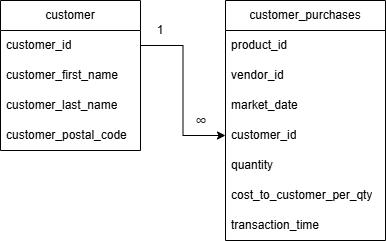
Before: 02_activities/assignments/logical-data-model-assignment-1.png, a diagram exported from draw.io (shyeolekar5/sql). Source tidied: cells renumbered, new cells last; positions are measured from the earlier drawing's top-left corner, leaving out a move shared by most shapes. Its diagram source:
```xml
<mxGraphModel>
  <root>
    <mxCell id="0" />
    <mxCell id="1" parent="0" />
    <mxCell id="2" value="customer" style="swimlane;fontStyle=0;horizontal=1;startSize=30;whiteSpace=wrap;html=1;" parent="1" vertex="1">
      <mxGeometry width="140" height="150" as="geometry" />
    </mxCell>
    <mxCell id="3" value="customer_id" style="text;strokeColor=none;fillColor=none;align=left;verticalAlign=middle;spacingLeft=4;spacingRight=4;overflow=hidden;points=[[0,0.5],[1,0.5]];portConstraint=eastwest;whiteSpace=wrap;html=1;" parent="2" vertex="1">
      <mxGeometry y="30" width="140" height="30" as="geometry" />
    </mxCell>
    <mxCell id="4" value="customer_first_name" style="text;strokeColor=none;fillColor=none;align=left;verticalAlign=middle;spacingLeft=4;spacingRight=4;overflow=hidden;whiteSpace=wrap;html=1;" parent="2" vertex="1">
      <mxGeometry y="60" width="140" height="30" as="geometry" />
    </mxCell>
    <mxCell id="5" value="customer_last_name" style="text;strokeColor=none;fillColor=none;align=left;verticalAlign=middle;spacingLeft=4;spacingRight=4;overflow=hidden;whiteSpace=wrap;html=1;" parent="2" vertex="1">
      <mxGeometry y="90" width="140" height="30" as="geometry" />
    </mxCell>
    <mxCell id="6" value="customer_postal_code" style="text;strokeColor=none;fillColor=none;align=left;verticalAlign=middle;spacingLeft=4;spacingRight=4;overflow=hidden;whiteSpace=wrap;html=1;" parent="2" vertex="1">
      <mxGeometry y="120" width="140" height="30" as="geometry" />
    </mxCell>
    <mxCell id="7" value="customer_purchases" style="swimlane;fontStyle=0;horizontal=1;startSize=30;whiteSpace=wrap;html=1;" parent="1" vertex="1">
      <mxGeometry x="225" width="160" height="240" as="geometry" />
    </mxCell>
    <mxCell id="8" value="product_id" style="text;strokeColor=none;fillColor=none;align=left;verticalAlign=middle;spacingLeft=4;spacingRight=4;overflow=hidden;whiteSpace=wrap;html=1;" parent="7" vertex="1">
      <mxGeometry y="30" width="160" height="30" as="geometry" />
    </mxCell>
    <mxCell id="9" value="vendor_id" style="text;strokeColor=none;fillColor=none;align=left;verticalAlign=middle;spacingLeft=4;spacingRight=4;overflow=hidden;whiteSpace=wrap;html=1;" parent="7" vertex="1">
      <mxGeometry y="60" width="160" height="30" as="geometry" />
    </mxCell>
    <mxCell id="10" value="market_date" style="text;strokeColor=none;fillColor=none;align=left;verticalAlign=middle;spacingLeft=4;spacingRight=4;overflow=hidden;whiteSpace=wrap;html=1;" parent="7" vertex="1">
      <mxGeometry y="90" width="160" height="30" as="geometry" />
    </mxCell>
    <mxCell id="11" value="customer_id" style="text;strokeColor=none;fillColor=none;align=left;verticalAlign=middle;spacingLeft=4;spacingRight=4;overflow=hidden;points=[[0,0.5],[1,0.5]];portConstraint=eastwest;whiteSpace=wrap;html=1;" parent="7" vertex="1">
      <mxGeometry y="120" width="160" height="30" as="geometry" />
    </mxCell>
    <mxCell id="12" value="quantity" style="text;strokeColor=none;fillColor=none;align=left;verticalAlign=middle;spacingLeft=4;spacingRight=4;overflow=hidden;whiteSpace=wrap;html=1;" parent="7" vertex="1">
      <mxGeometry y="150" width="160" height="30" as="geometry" />
    </mxCell>
    <mxCell id="13" value="cost_to_customer_per_qty" style="text;strokeColor=none;fillColor=none;align=left;verticalAlign=middle;spacingLeft=4;spacingRight=4;overflow=hidden;whiteSpace=wrap;html=1;" parent="7" vertex="1">
      <mxGeometry y="180" width="160" height="30" as="geometry" />
    </mxCell>
    <mxCell id="14" value="transaction_time" style="text;strokeColor=none;fillColor=none;align=left;verticalAlign=middle;spacingLeft=4;spacingRight=4;overflow=hidden;whiteSpace=wrap;html=1;" parent="7" vertex="1">
      <mxGeometry y="210" width="160" height="30" as="geometry" />
    </mxCell>
    <mxCell id="15" style="edgeStyle=orthogonalEdgeStyle;rounded=0;jettySize=auto;html=1;exitX=1;exitY=0.5;exitDx=0;exitDy=0;entryX=0;entryY=0.5;entryDx=0;entryDy=0;" parent="1" edge="1" source="3" target="11">
      <mxGeometry relative="1" as="geometry" />
    </mxCell>
    <mxCell id="16" value="1" style="text;strokeColor=none;align=center;fillColor=none;html=1;verticalAlign=middle;whiteSpace=wrap;rounded=0;" parent="1" vertex="1">
      <mxGeometry x="145" y="20" width="30" height="20" as="geometry" />
    </mxCell>
    <mxCell id="17" value="&lt;span style=&quot;color: rgb(34, 34, 34); font-family: Arial, Verdana, Helvetica, sans-serif; font-size: 16px; text-align: start;&quot;&gt;∞&lt;/span&gt;" style="text;strokeColor=none;align=center;fillColor=none;html=1;verticalAlign=middle;whiteSpace=wrap;rounded=0;" parent="1" vertex="1">
      <mxGeometry x="186" y="111" width="30" height="20" as="geometry" />
    </mxCell>
  </root>
</mxGraphModel>
```
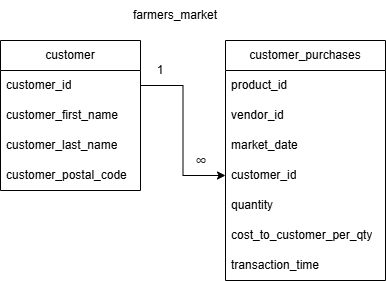
Above is the later version.

The edit, as a diff of the source:
```diff
@@ -50,5 +50,8 @@
     <mxCell id="17" value="&lt;span style=&quot;color: rgb(34, 34, 34); font-family: Arial, Verdana, Helvetica, sans-serif; font-size: 16px; text-align: start;&quot;&gt;∞&lt;/span&gt;" style="text;strokeColor=none;align=center;fillColor=none;html=1;verticalAlign=middle;whiteSpace=wrap;rounded=0;" parent="1" vertex="1">
       <mxGeometry x="186" y="111" width="30" height="20" as="geometry" />
     </mxCell>
+    <mxCell id="18" value="farmers_market" style="text;strokeColor=none;align=center;fillColor=none;html=1;verticalAlign=middle;whiteSpace=wrap;rounded=0;" parent="1" vertex="1">
+      <mxGeometry x="145" y="-40" width="60" height="30" as="geometry" />
+    </mxCell>
   </root>
 </mxGraphModel>
```
